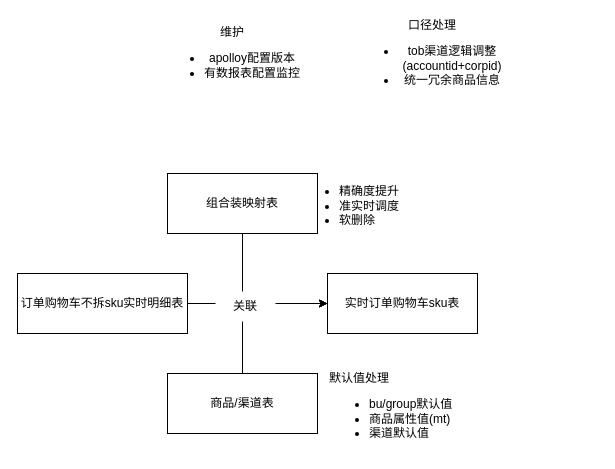
Earlier version of the draw.io diagram 实时底表改造方案.drawio (mineminemine123/work-wiki). Source tidied: cells renumbered, new cells numbered last; positions are measured from the earlier drawing's top-left corner, leaving out a move shared by most shapes. Both pictures are drawn from the tidied source at 100%, with x=0, y=0 at pixel (17, 43).
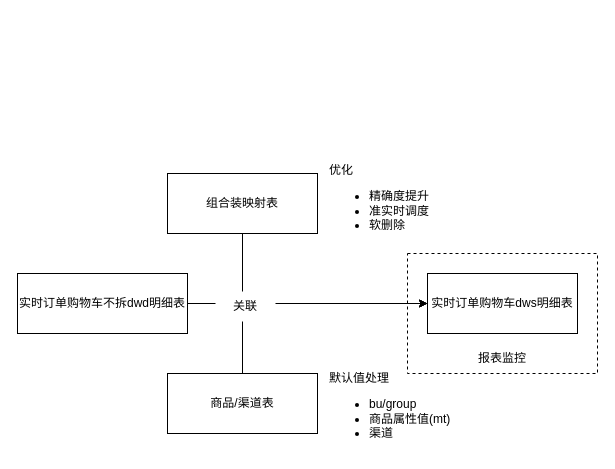
The same page after the edit.

Commit message (it also covers changes not shown here):
更新实时底表改造方案.drawio

Change to the diagram source:
```diff
@@
 <mxGraphModel>
   <root>
     <mxCell id="0" />
     <mxCell id="1" parent="0" />
+    <mxCell id="14" style="rounded=0;whiteSpace=wrap;html=1;dashed=1;" parent="1" vertex="1">
+      <mxGeometry x="390" y="210" width="190" height="120" as="geometry" />
+    </mxCell>
     <mxCell id="2" style="edgeStyle=orthogonalEdgeStyle;rounded=0;jettySize=auto;html=1;exitX=0.5;exitY=0;exitDx=0;exitDy=0;entryX=0;entryY=0.5;entryDx=0;entryDy=0;fontFamily=微软雅黑;" parent="1" edge="1" source="13" target="9">
       <mxGeometry relative="1" as="geometry" />
     </mxCell>
     <mxCell id="3" style="edgeStyle=orthogonalEdgeStyle;rounded=0;jettySize=auto;html=1;exitX=1;exitY=0.5;exitDx=0;exitDy=0;entryX=0;entryY=0.5;entryDx=0;entryDy=0;fontFamily=微软雅黑;" parent="1" edge="1" source="4" target="9">
       <mxGeometry relative="1" as="geometry" />
     </mxCell>
-    <mxCell id="4" value="订单购物车不拆sku实时明细表" style="rounded=0;whiteSpace=wrap;html=1;fontFamily=微软雅黑;" parent="1" vertex="1">
+    <mxCell id="4" value="实时订单购物车不拆dwd明细表" style="rounded=0;whiteSpace=wrap;html=1;fontFamily=微软雅黑;" parent="1" vertex="1">
       <mxGeometry y="230" width="170" height="60" as="geometry" />
     </mxCell>
-    <mxCell id="5" value="默认值处理&lt;br&gt;&lt;ul&gt;&lt;li&gt;bu/group默认值&lt;/li&gt;&lt;li&gt;商品属性值(mt)&lt;/li&gt;&lt;li&gt;渠道默认值&lt;/li&gt;&lt;/ul&gt;" style="text;html=1;strokeColor=none;fillColor=none;align=left;verticalAlign=middle;whiteSpace=wrap;rounded=0;fontFamily=微软雅黑;" parent="1" vertex="1">
+    <mxCell id="5" value="默认值处理&lt;br&gt;&lt;ul&gt;&lt;li&gt;bu/group&lt;/li&gt;&lt;li&gt;商品属性值(mt)&lt;/li&gt;&lt;li&gt;渠道&lt;/li&gt;&lt;/ul&gt;" style="text;html=1;strokeColor=none;fillColor=none;align=left;verticalAlign=middle;whiteSpace=wrap;rounded=0;fontFamily=微软雅黑;" parent="1" vertex="1">
       <mxGeometry x="310" y="353" width="140" height="30" as="geometry" />
     </mxCell>
-    <mxCell id="6" value="&lt;br&gt;&lt;ul&gt;&lt;li&gt;精确度提升&lt;/li&gt;&lt;li&gt;准实时调度&lt;/li&gt;&lt;li&gt;软删除&lt;/li&gt;&lt;/ul&gt;" style="text;html=1;strokeColor=none;fillColor=none;align=left;verticalAlign=middle;whiteSpace=wrap;rounded=0;fontFamily=微软雅黑;" parent="1" vertex="1">
-      <mxGeometry x="280" y="130" width="140" height="50" as="geometry" />
+    <mxCell id="6" value="优化&lt;br&gt;&lt;ul&gt;&lt;li&gt;精确度提升&lt;/li&gt;&lt;li&gt;准实时调度&lt;/li&gt;&lt;li&gt;软删除&lt;/li&gt;&lt;/ul&gt;" style="text;html=1;strokeColor=none;fillColor=none;align=left;verticalAlign=middle;whiteSpace=wrap;rounded=0;fontFamily=微软雅黑;" parent="1" vertex="1">
+      <mxGeometry x="310" y="135" width="140" height="50" as="geometry" />
     </mxCell>
-    <mxCell id="7" value="口径处理&lt;br&gt;&lt;ul&gt;&lt;li&gt;tob渠道逻辑调整(accountid+corpid)&lt;div data-okr=&quot;%7B%22okrDelta%22%3A%5B%7B%22lineType%22%3A%22text%22%2C%22lineOptions%22%3A%7B%7D%2C%22lineContent%22%3A%5B%7B%22opType%22%3A%22text%22%2C%22options%22%3A%7B%22text%22%3A%22accountid_corpid%22%7D%7D%5D%7D%5D%2C%22businessKey%22%3A%22lark-doc%22%7D&quot; class=&quot;okr-block-clipboard lark-doc&quot;&gt;&lt;/div&gt;&lt;/li&gt;&lt;li&gt;统一冗余商品信息&lt;/li&gt;&lt;/ul&gt;" style="text;html=1;strokeColor=none;fillColor=none;align=center;verticalAlign=middle;whiteSpace=wrap;rounded=0;fontFamily=微软雅黑;" parent="1" vertex="1">
-      <mxGeometry x="340" width="150" height="30" as="geometry" />
-    </mxCell>
-    <mxCell id="8" value="维护&lt;br&gt;&lt;ul&gt;&lt;li&gt;apolloy配置版本&lt;/li&gt;&lt;li&gt;有数报表配置监控&lt;/li&gt;&lt;/ul&gt;" style="text;html=1;strokeColor=none;fillColor=none;align=center;verticalAlign=middle;whiteSpace=wrap;rounded=0;fontFamily=微软雅黑;" parent="1" vertex="1">
-      <mxGeometry x="140" width="150" height="30" as="geometry" />
-    </mxCell>
-    <mxCell id="9" value="实时订单购物车sku表" style="rounded=0;whiteSpace=wrap;html=1;fontFamily=微软雅黑;" parent="1" vertex="1">
-      <mxGeometry x="310" y="230" width="150" height="60" as="geometry" />
+    <mxCell id="9" value="实时订单购物车dws明细表" style="rounded=0;whiteSpace=wrap;html=1;fontFamily=微软雅黑;" parent="1" vertex="1">
+      <mxGeometry x="410" y="230" width="150" height="60" as="geometry" />
     </mxCell>
     <mxCell id="10" style="edgeStyle=orthogonalEdgeStyle;rounded=0;jettySize=auto;html=1;exitX=0.5;exitY=1;exitDx=0;exitDy=0;entryX=0;entryY=0.5;entryDx=0;entryDy=0;fontFamily=微软雅黑;" parent="1" edge="1" source="11" target="9">
       <mxGeometry relative="1" as="geometry" />
     </mxCell>
     <mxCell id="11" value="组合装映射表" style="rounded=0;whiteSpace=wrap;html=1;fontFamily=微软雅黑;" parent="1" vertex="1">
       <mxGeometry x="150" y="130" width="150" height="60" as="geometry" />
     </mxCell>
     <mxCell id="12" value="关联" style="text;html=1;strokeColor=none;fillColor=default;align=center;verticalAlign=middle;whiteSpace=wrap;rounded=0;fontFamily=微软雅黑;" parent="1" vertex="1">
       <mxGeometry x="198" y="248" width="60" height="30" as="geometry" />
     </mxCell>
     <mxCell id="13" value="商品/渠道表" style="rounded=0;whiteSpace=wrap;html=1;fontFamily=微软雅黑;" parent="1" vertex="1">
       <mxGeometry x="150" y="330" width="150" height="60" as="geometry" />
     </mxCell>
+    <mxCell id="15" value="报表监控" style="text;html=1;strokeColor=none;fillColor=none;align=center;verticalAlign=middle;whiteSpace=wrap;rounded=0;" parent="1" vertex="1">
+      <mxGeometry x="455" y="300" width="60" height="30" as="geometry" />
+    </mxCell>
   </root>
 </mxGraphModel>
```
